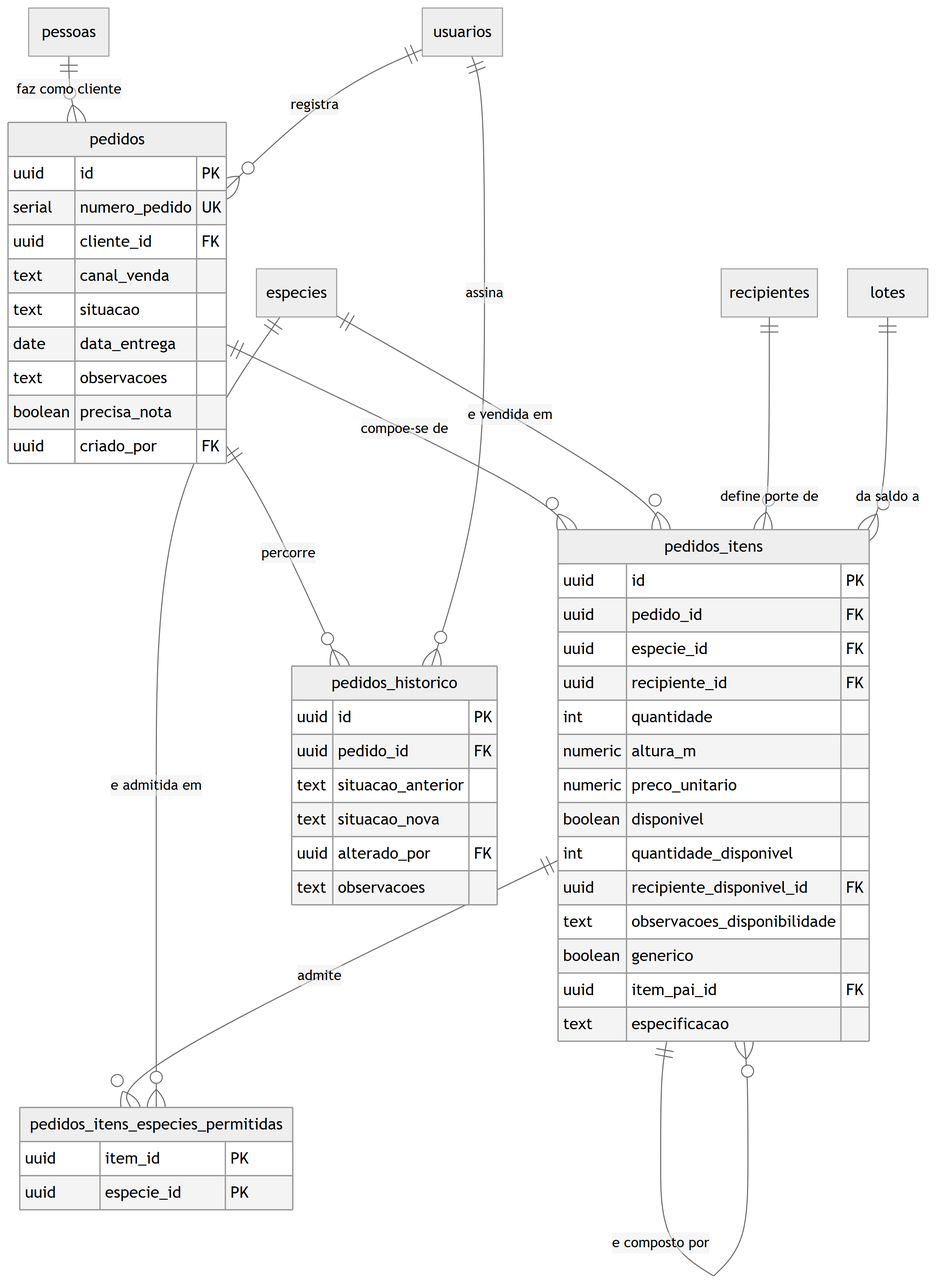
Above: docs/engenharia/modelo-dados-pt/img/fig17-comercial-pedido.png in JoaoMudar/tcc (Mermaid), before the change. Its source is kept beside it as docs/engenharia/modelo-dados-pt/mmd/fig17-comercial-pedido.mmd.
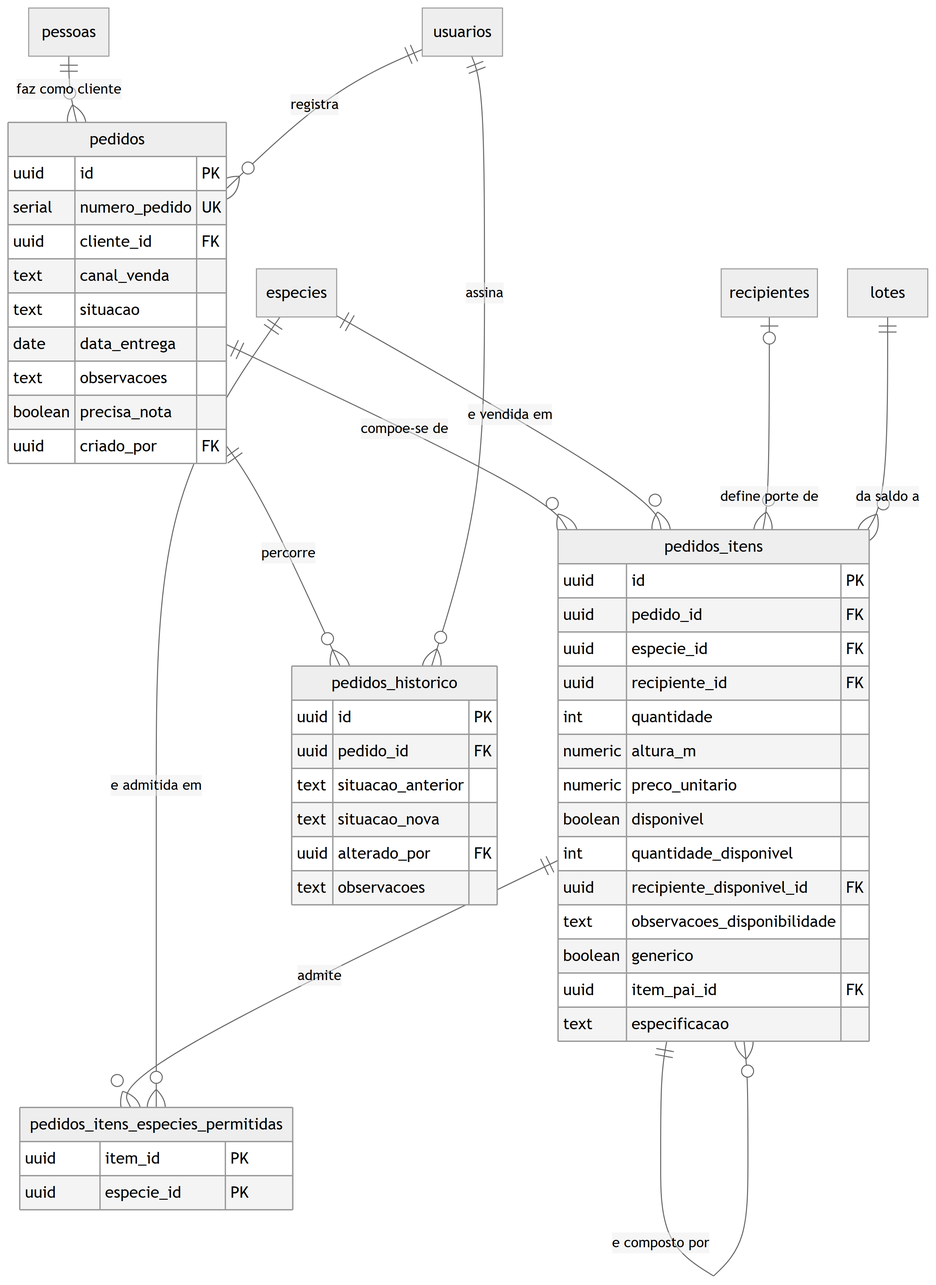
The same diagram one commit later.

Commit message:
feat(comercial): item do pedido sem recipiente e resposta sobre item sem quantidade

Change to the diagram source:
```diff
@@ -48,7 +48,7 @@
   pessoas ||--o{ pedidos       : "faz como cliente"
   usuarios||--o{ pedidos       : "registra"
   especies    ||--o{ pedidos_itens : "e vendida em"
-  recipientes ||--o{ pedidos_itens : "define porte de"
+  recipientes |o--o{ pedidos_itens : "define porte de"
   lotes       ||--o{ pedidos_itens : "da saldo a"
   pedidos ||--o{ pedidos_historico : "percorre"
   usuarios ||--o{ pedidos_historico : "assina"
```
